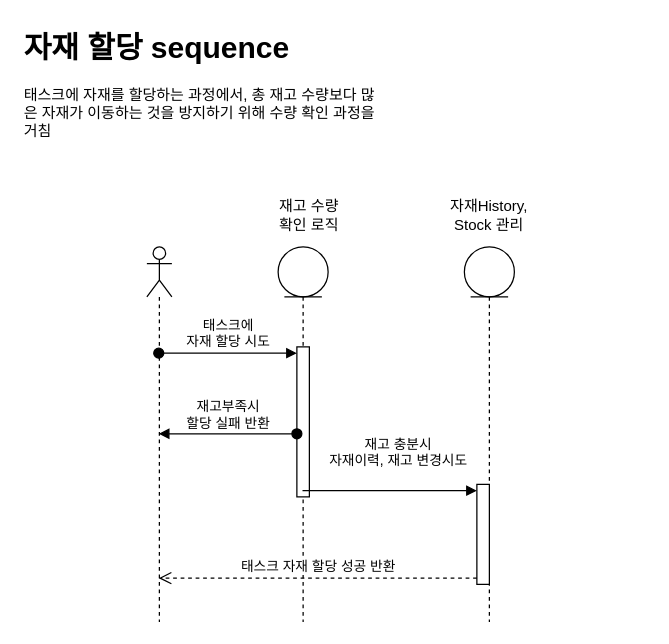
The draw.io diagram page "Sequence diagram" (4 of 5) of SAMS(PMS).drawio in OhcandO/SoletTop_EOS-FES, before the edit. Source tidied: cells renumbered, new cells numbered last; positions are measured from the earlier drawing's top-left corner, leaving out a move shared by most shapes. Both pictures are drawn from the tidied source at 125%, with x=0, y=0 at pixel (21, 21).
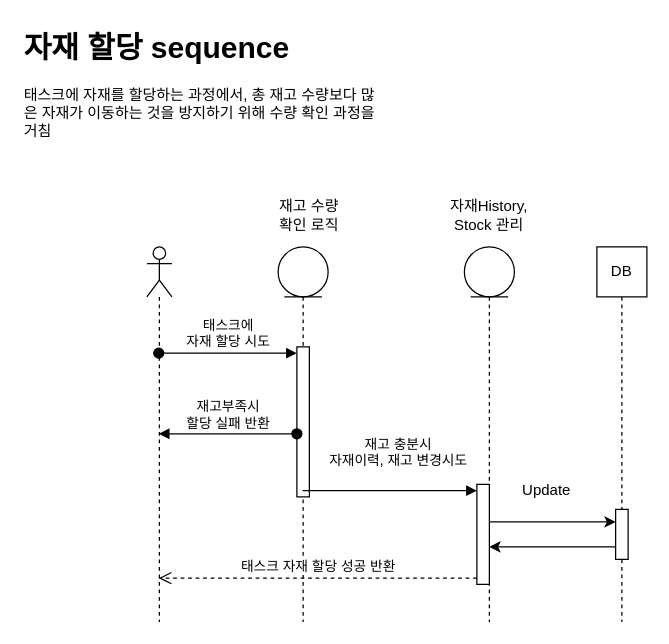
Above is the later version.

Unchanged cells that the change refers to:
```xml
<mxCell id="10" style="html=1;points=[[0,0,0,0,5],[0,1,0,0,-5],[1,0,0,0,5],[1,1,0,0,-5]];perimeter=orthogonalPerimeter;outlineConnect=0;targetShapes=umlLifeline;portConstraint=eastwest;newEdgeStyle={&quot;curved&quot;:0,&quot;rounded&quot;:0};" parent="9" vertex="1">
  <mxGeometry x="10" y="190" width="10" height="80" as="geometry" />
</mxCell>
```

What changed in the source:
```diff
@@
+    <mxCell id="14" value="DB" style="shape=umlLifeline;perimeter=lifelinePerimeter;whiteSpace=wrap;html=1;newEdgeStyle={&quot;curved&quot;:0,&quot;rounded&quot;:0};" parent="1" vertex="1">
+      <mxGeometry x="460" y="180" width="40" height="300" as="geometry" />
+    </mxCell>
+    <mxCell id="15" style="html=1;points=[[0,0,0,0,5],[0,1,0,0,-5],[1,0,0,0,5],[1,1,0,0,-5]];perimeter=orthogonalPerimeter;outlineConnect=0;targetShapes=umlLifeline;portConstraint=eastwest;newEdgeStyle={&quot;curved&quot;:0,&quot;rounded&quot;:0};" parent="14" vertex="1">
+      <mxGeometry x="15" y="210" width="10" height="40" as="geometry" />
+    </mxCell>
+    <mxCell id="16" style="edgeStyle=orthogonalEdgeStyle;rounded=0;jettySize=auto;html=1;curved=0;" parent="1" edge="1" source="10" target="15">
+      <mxGeometry relative="1" as="geometry">
+        <Array as="points">
+          <mxPoint x="410" y="400" />
+          <mxPoint x="410" y="400" />
+        </Array>
+      </mxGeometry>
+    </mxCell>
+    <mxCell id="17" style="edgeStyle=orthogonalEdgeStyle;rounded=0;jettySize=auto;html=1;curved=0;" parent="1" edge="1" source="15" target="10">
+      <mxGeometry relative="1" as="geometry">
+        <Array as="points">
+          <mxPoint x="420" y="420" />
+          <mxPoint x="420" y="420" />
+        </Array>
+      </mxGeometry>
+    </mxCell>
+    <mxCell id="18" value="Update" style="text;html=1;whiteSpace=wrap;strokeColor=none;fillColor=none;align=center;verticalAlign=middle;rounded=0;" parent="1" vertex="1">
+      <mxGeometry x="390" y="360" width="60" height="30" as="geometry" />
+    </mxCell>
```
